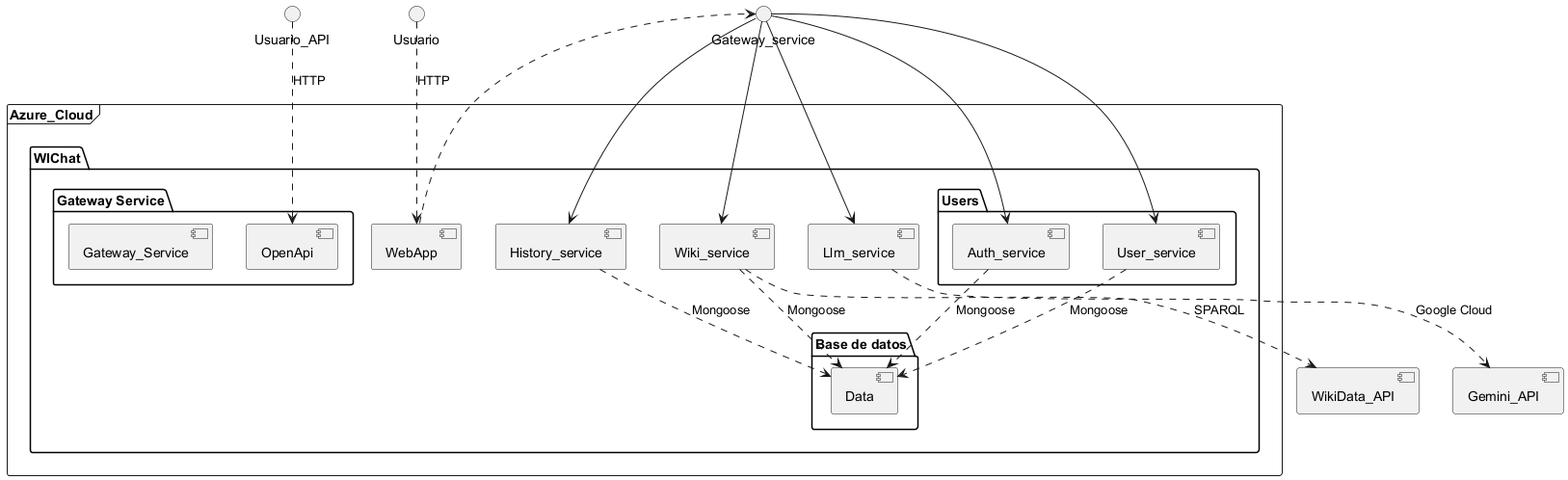
Above: images/Contexto técnico WIChat.png in Arquisoft/wichat_es5a (PlantUML), before the change.
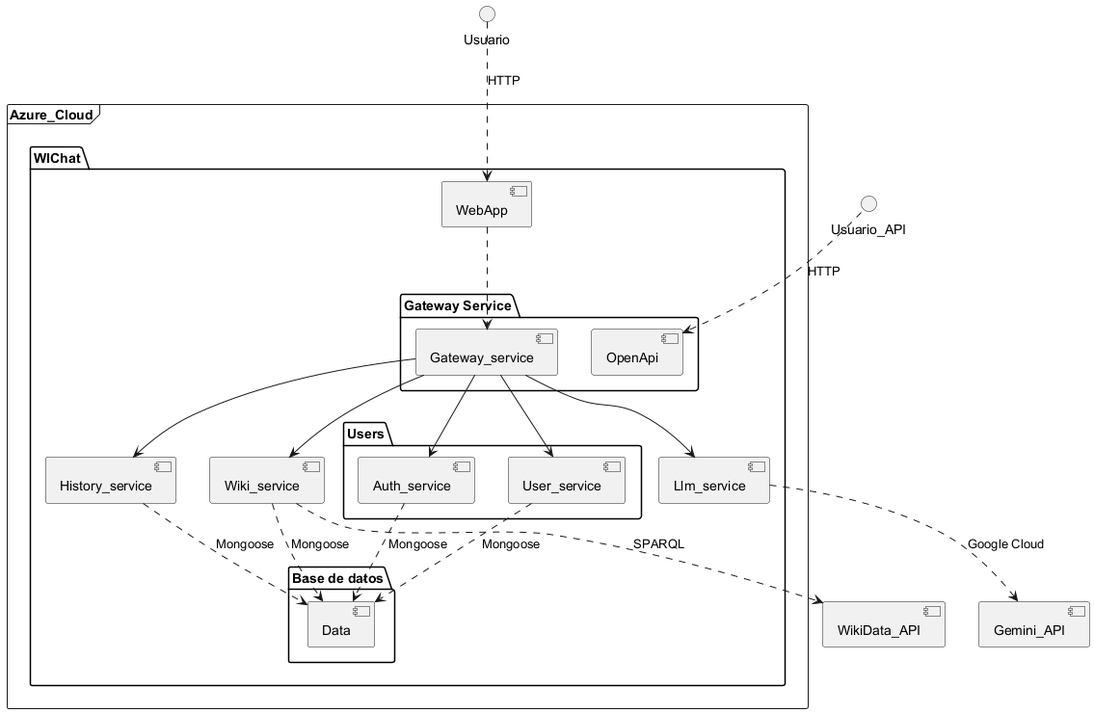
The same file after the commit.

Change to the diagram source:
```diff
@@ -2,7 +2,7 @@
 frame "Azure_Cloud" {
     package "WIChat" {
          package "Gateway Service"{
-               [Gateway_Service]
+               [Gateway_service]
                [OpenApi]
          }
          [Wiki_service]
```
